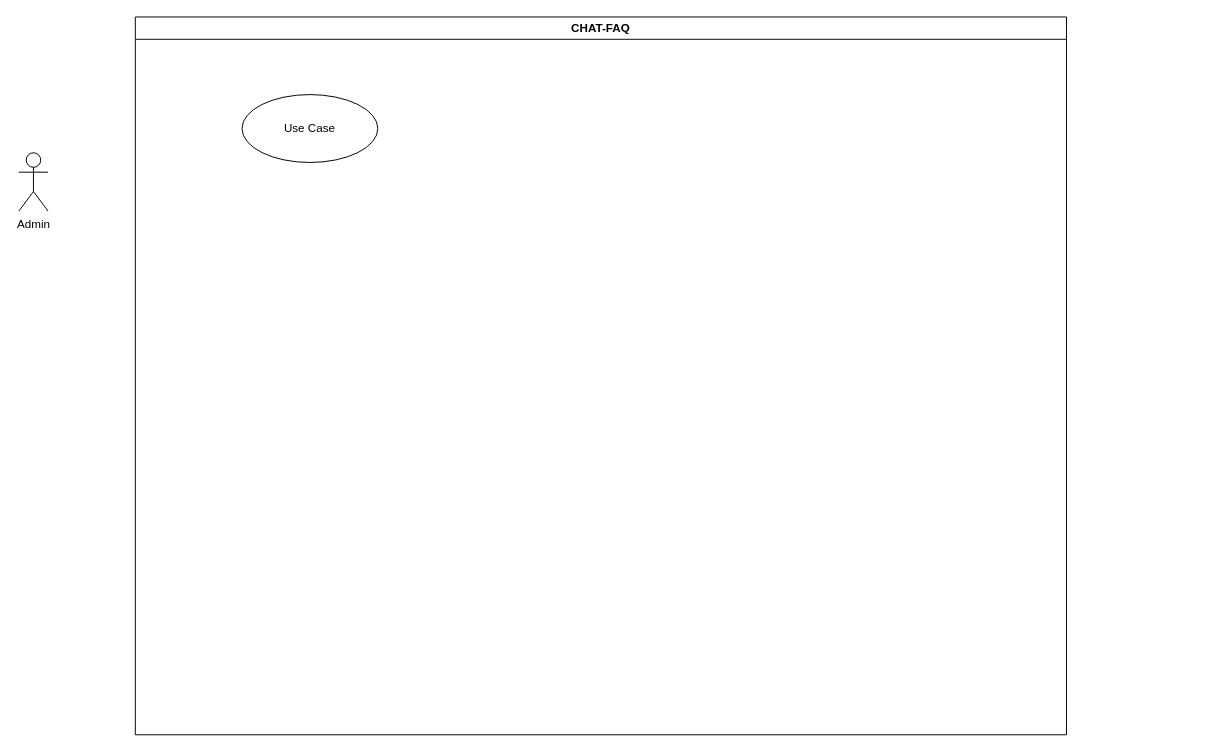
This is page "Use case" (1 of 3) of design/design.drawio from XavierTM/chat-FAQ, a draw.io file, before an edit. Source tidied: cells renumbered, new cells numbered last; positions are measured from the earlier drawing's top-left corner, leaving out a move shared by most shapes. Both pictures are drawn from the tidied source at 97%, with x=0, y=0 at pixel (18, 16).
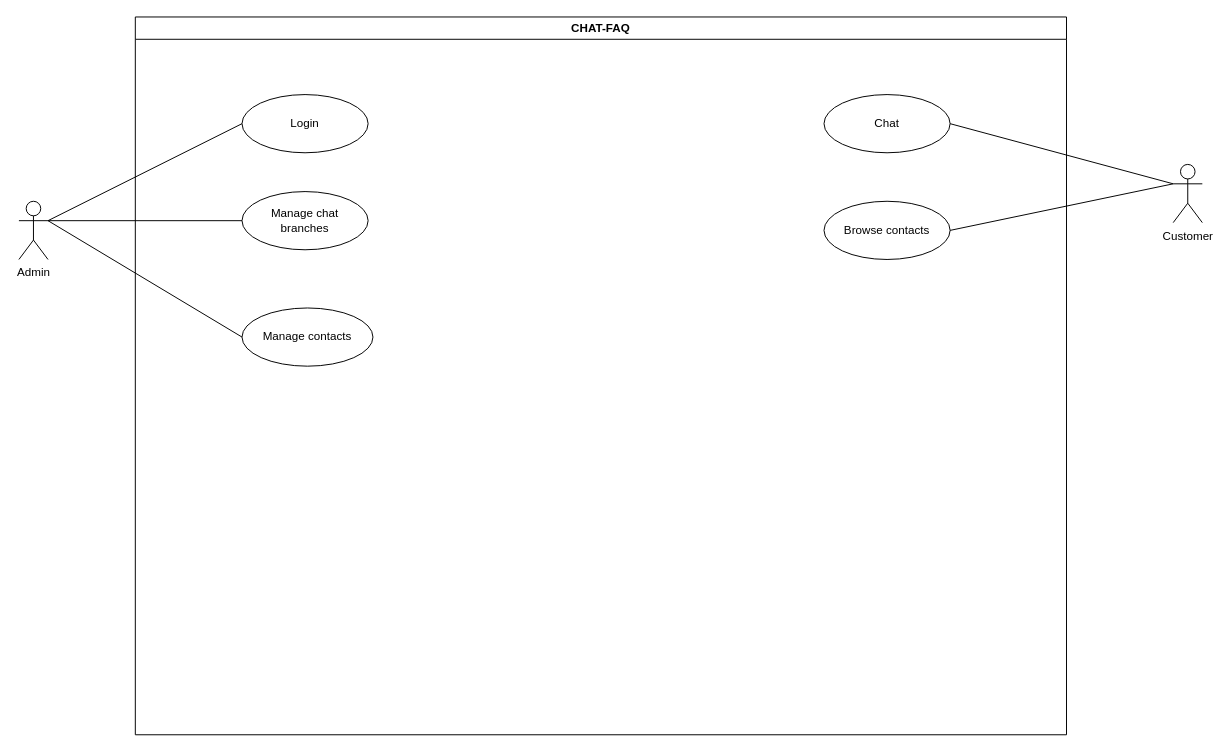
The same page after the edit.

Commit message (it also covers changes not shown here):
finished design

Diff of the diagram source:
```diff
@@
 <mxGraphModel>
   <root>
     <mxCell id="0" />
     <mxCell id="1" parent="0" />
     <mxCell id="2" value="CHAT-FAQ" style="swimlane;whiteSpace=wrap;html=1;" parent="1" vertex="1">
       <mxGeometry x="120" width="960" height="740" as="geometry" />
     </mxCell>
-    <mxCell id="3" value="Use Case" style="ellipse;whiteSpace=wrap;html=1;" parent="2" vertex="1">
-      <mxGeometry x="110" y="80" width="140" height="70" as="geometry" />
+    <mxCell id="3" value="Login" style="ellipse;whiteSpace=wrap;html=1;" parent="2" vertex="1">
+      <mxGeometry x="110" y="80" width="130" height="60" as="geometry" />
     </mxCell>
+    <mxCell id="5" value="Manage chat&lt;br&gt;branches" style="ellipse;whiteSpace=wrap;html=1;" parent="2" vertex="1">
+      <mxGeometry x="110" y="180" width="130" height="60" as="geometry" />
+    </mxCell>
+    <mxCell id="6" value="Chat" style="ellipse;whiteSpace=wrap;html=1;" parent="2" vertex="1">
+      <mxGeometry x="710" y="80" width="130" height="60" as="geometry" />
+    </mxCell>
+    <mxCell id="7" value="Browse contacts" style="ellipse;whiteSpace=wrap;html=1;" parent="2" vertex="1">
+      <mxGeometry x="710" y="190" width="130" height="60" as="geometry" />
+    </mxCell>
+    <mxCell id="8" value="Manage contacts" style="ellipse;whiteSpace=wrap;html=1;" parent="2" vertex="1">
+      <mxGeometry x="110" y="300" width="135" height="60" as="geometry" />
+    </mxCell>
     <mxCell id="4" value="Admin" style="shape=umlActor;verticalLabelPosition=bottom;verticalAlign=top;html=1;outlineConnect=0;" parent="1" vertex="1">
-      <mxGeometry y="140" width="30" height="60" as="geometry" />
+      <mxGeometry y="190" width="30" height="60" as="geometry" />
     </mxCell>
+    <mxCell id="9" value="Customer" style="shape=umlActor;verticalLabelPosition=bottom;verticalAlign=top;html=1;outlineConnect=0;" parent="1" vertex="1">
+      <mxGeometry x="1190" y="152" width="30" height="60" as="geometry" />
+    </mxCell>
+    <mxCell id="10" style="edgeStyle=none;html=1;endArrow=none;verticalAlign=bottom;rounded=0;exitX=1;exitY=0.3333333333333333;exitDx=0;exitDy=0;exitPerimeter=0;entryX=0;entryY=0.5;entryDx=0;entryDy=0;" parent="1" edge="1" source="4" target="3">
+      <mxGeometry relative="1" as="geometry" />
+    </mxCell>
+    <mxCell id="11" style="edgeStyle=none;html=1;endArrow=none;verticalAlign=bottom;rounded=0;exitX=1;exitY=0.3333333333333333;exitDx=0;exitDy=0;exitPerimeter=0;entryX=0;entryY=0.5;entryDx=0;entryDy=0;" parent="1" edge="1" source="4" target="5">
+      <mxGeometry relative="1" as="geometry" />
+    </mxCell>
+    <mxCell id="12" style="edgeStyle=none;html=1;endArrow=none;verticalAlign=bottom;rounded=0;exitX=1;exitY=0.3333333333333333;exitDx=0;exitDy=0;exitPerimeter=0;entryX=0;entryY=0.5;entryDx=0;entryDy=0;" parent="1" edge="1" source="4" target="8">
+      <mxGeometry relative="1" as="geometry" />
+    </mxCell>
+    <mxCell id="13" style="edgeStyle=none;html=1;endArrow=none;verticalAlign=bottom;rounded=0;exitX=1;exitY=0.5;exitDx=0;exitDy=0;entryX=0;entryY=0.3333333333333333;entryDx=0;entryDy=0;entryPerimeter=0;" parent="1" edge="1" source="6" target="9">
+      <mxGeometry relative="1" as="geometry" />
+    </mxCell>
+    <mxCell id="14" style="edgeStyle=none;html=1;endArrow=none;verticalAlign=bottom;rounded=0;exitX=1;exitY=0.5;exitDx=0;exitDy=0;entryX=0;entryY=0.3333333333333333;entryDx=0;entryDy=0;entryPerimeter=0;" parent="1" edge="1" source="7" target="9">
+      <mxGeometry relative="1" as="geometry" />
+    </mxCell>
   </root>
 </mxGraphModel>
```
